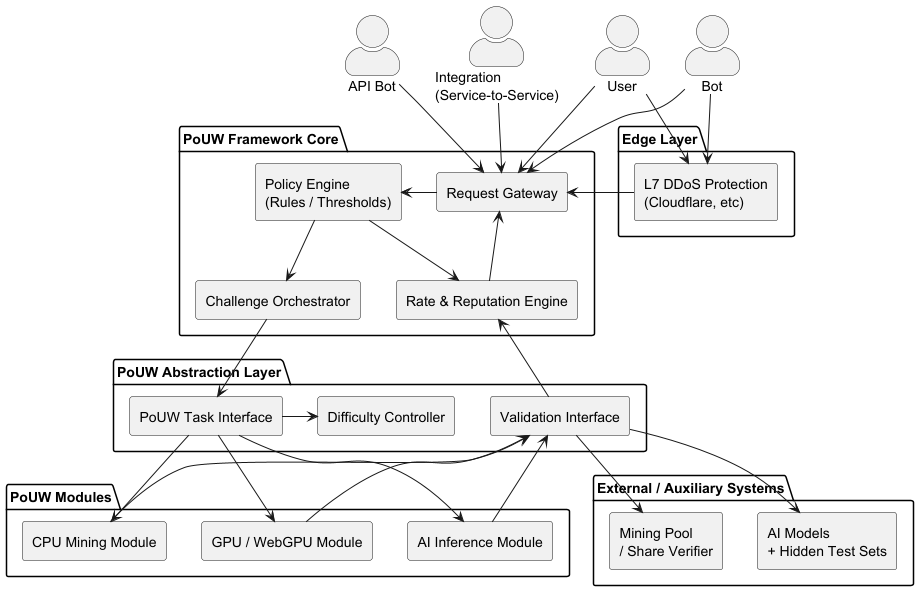
Above: charts/arch.png in bors2908/pouwer (PlantUML), before the change. Source of this version:
```plantuml
@startuml
skinparam actorStyle awesome
skinparam componentStyle rectangle
skinparam shadowing false

top to bottom direction

actor User
actor Bot
actor "API Bot" as ApiBot
actor "Integration\n(Service-to-Service)" as Integration

package "Edge Layer" {
  component "L7 DDoS Protection\n(Cloudflare, etc)" as CDN
}

package "PoUW Framework Core" {
  component "Request Gateway" as Gateway
  component "Policy Engine\n(Rules / Thresholds)" as Policy
  component "Rate & Reputation Engine" as Reputation
  component "Challenge Orchestrator" as Orchestrator
}

package "PoUW Abstraction Layer" {
  component "PoUW Task Interface" as TaskIF
  component "Difficulty Controller" as Difficulty
  component "Validation Interface" as ValidationIF
}

package "PoUW Modules" {
  component "CPU Mining Module" as CPUMining
  component "AI Inference Module" as AIInference
  component "GPU / WebGPU Module" as GPUModule
}

package "External / Auxiliary Systems" {
  component "Mining Pool\n/ Share Verifier" as MiningPool
  component "AI Models\n+ Hidden Test Sets" as ModelStore
}


User --> CDN
Bot --> CDN
User --> Gateway
Bot --> Gateway
CDN -left-> Gateway

ApiBot --> Gateway
Integration --> Gateway

Gateway -> Policy
Policy --> Reputation
Policy --> Orchestrator

Orchestrator --> TaskIF
TaskIF -> Difficulty

TaskIF -down-> CPUMining
TaskIF -down-> AIInference
TaskIF -down-> GPUModule

ValidationIF -down-> MiningPool
ValidationIF -down-> ModelStore

CPUMining -up-> ValidationIF
AIInference -up-> ValidationIF
GPUModule -up-> ValidationIF

ValidationIF --> Reputation
Reputation --> Gateway
@enduml
```
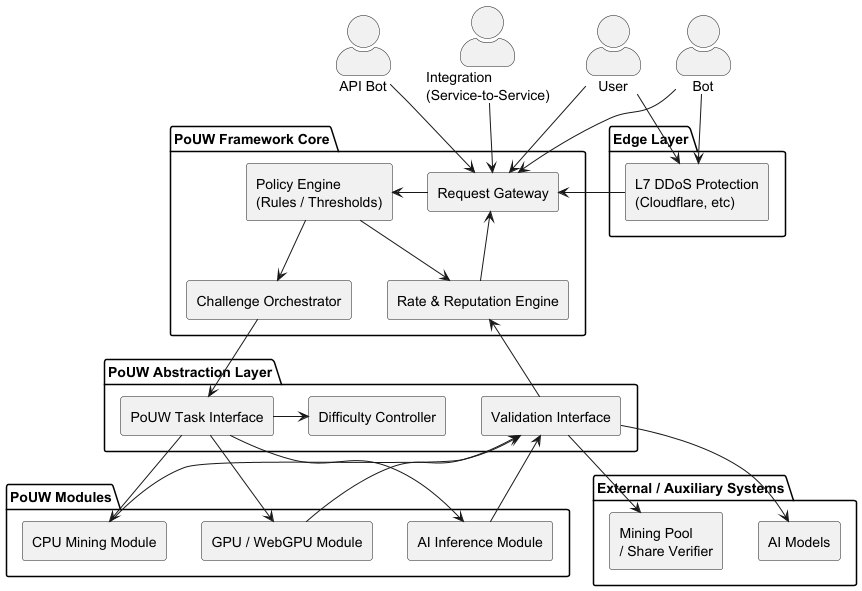
Above is the later version.

The edit, as a diff of the source:
```diff
@@ -35,7 +35,7 @@
 
 package "External / Auxiliary Systems" {
   component "Mining Pool\n/ Share Verifier" as MiningPool
-  component "AI Models\n+ Hidden Test Sets" as ModelStore
+  component "AI Models" as ModelStore
 }
 
 
```
